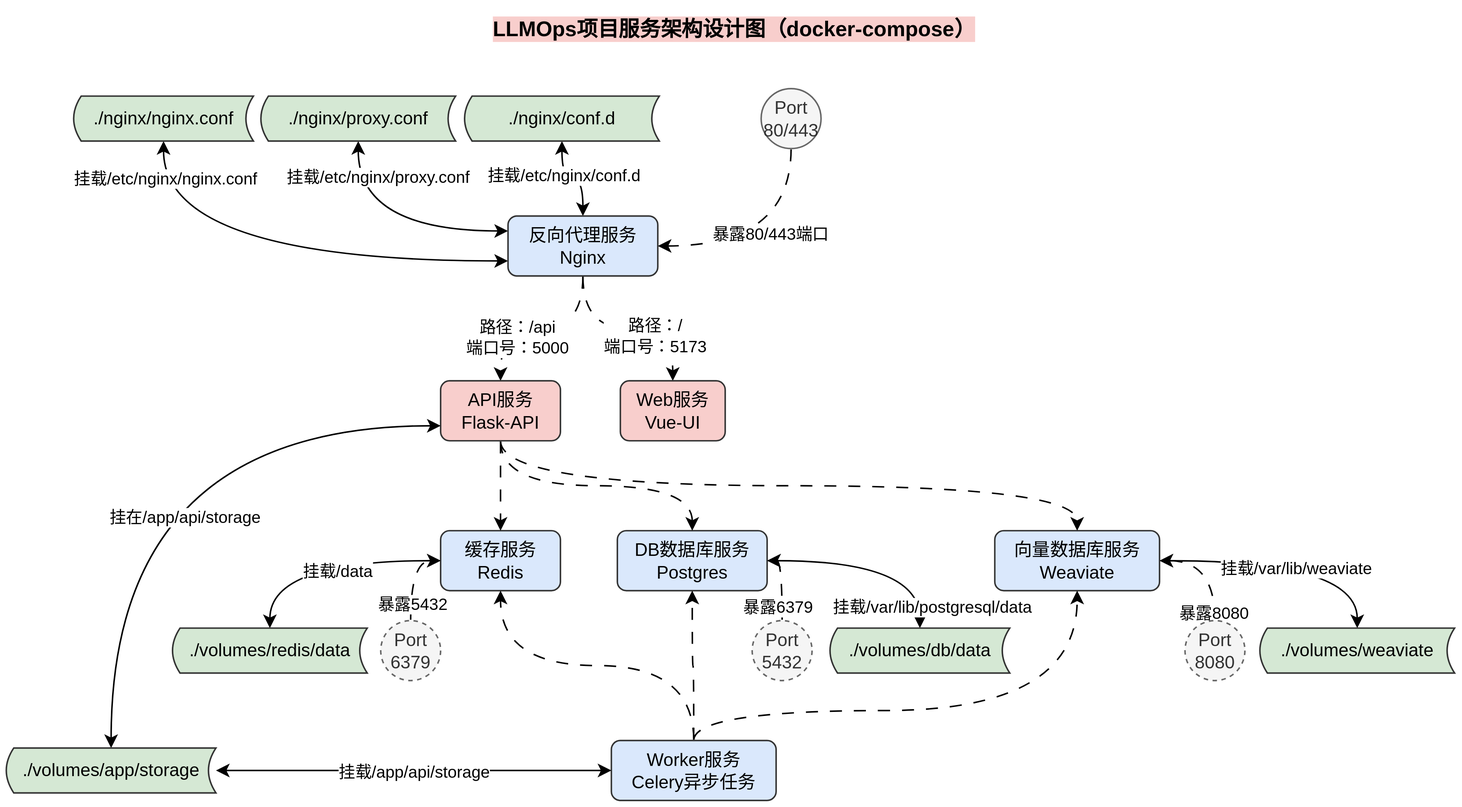
Above: docker/docker-compose.svg in Haohao-end/openagent (draw.io), before the change. Source tidied: cells renumbered, new cells last; positions are measured from the earlier drawing's top-left corner, leaving out a move shared by most shapes.
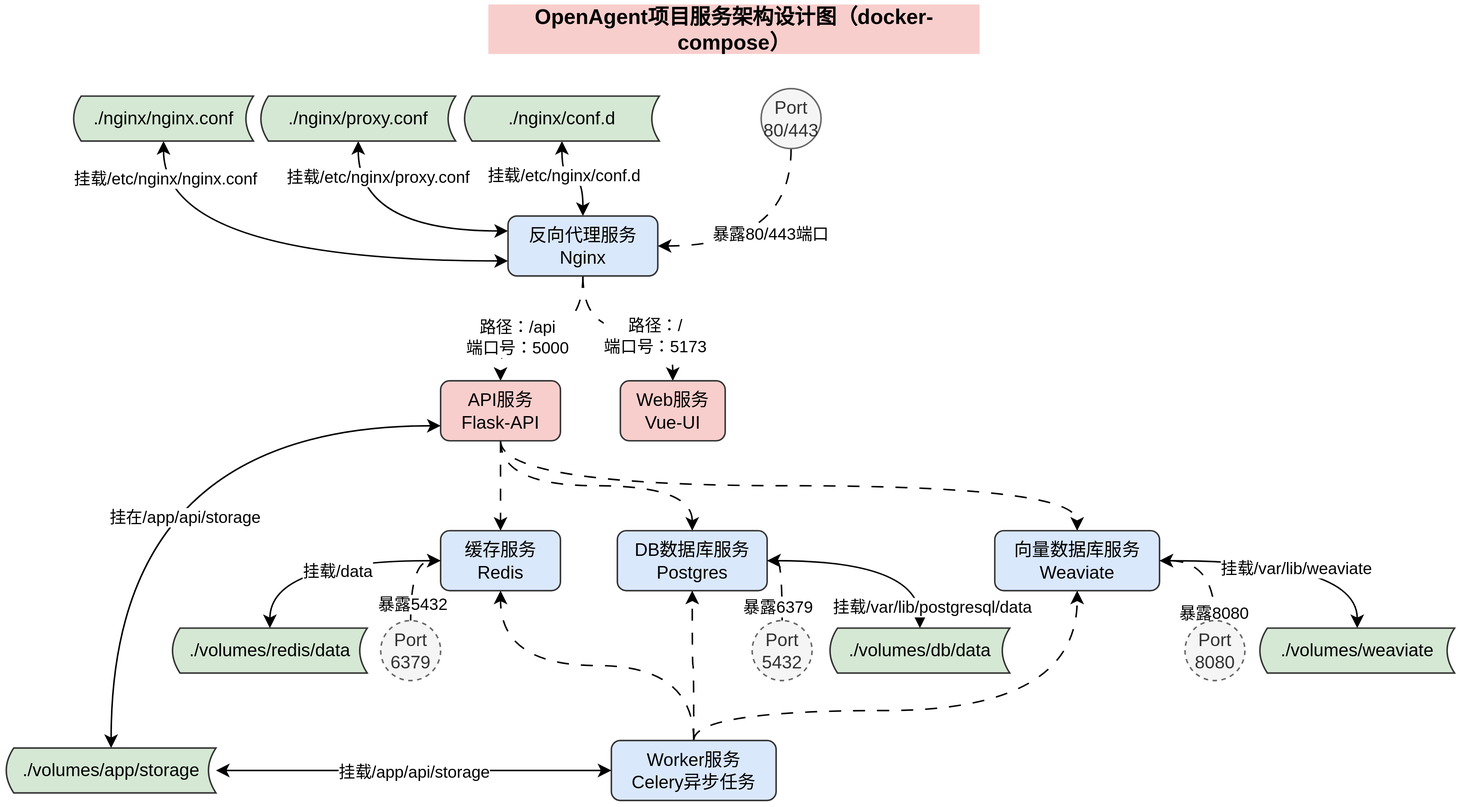
The same file after the commit.

Diff of the diagram source:
```diff
@@ -2,7 +2,7 @@
   <root>
     <mxCell id="0" />
     <mxCell id="1" parent="0" />
-    <mxCell id="2" value="LLMOps项目服务架构设计图（docker-compose）" style="text;html=1;align=center;verticalAlign=middle;whiteSpace=wrap;rounded=0;fontStyle=1;labelBackgroundColor=light-dark(#f8cecc, #ededed);fontSize=14;" parent="1" vertex="1">
+    <mxCell id="2" value="OpenAgent项目服务架构设计图（docker-compose）" style="text;html=1;align=center;verticalAlign=middle;whiteSpace=wrap;rounded=0;fontStyle=1;labelBackgroundColor=light-dark(#f8cecc, #ededed);fontSize=14;" parent="1" vertex="1">
       <mxGeometry x="320.5" width="330" height="30" as="geometry" />
     </mxCell>
     <mxCell id="3" value="缓存服务&lt;div&gt;Redis&lt;/div&gt;" style="rounded=1;whiteSpace=wrap;html=1;fillColor=#dae8fc;strokeColor=#333333;" parent="1" vertex="1">
```
